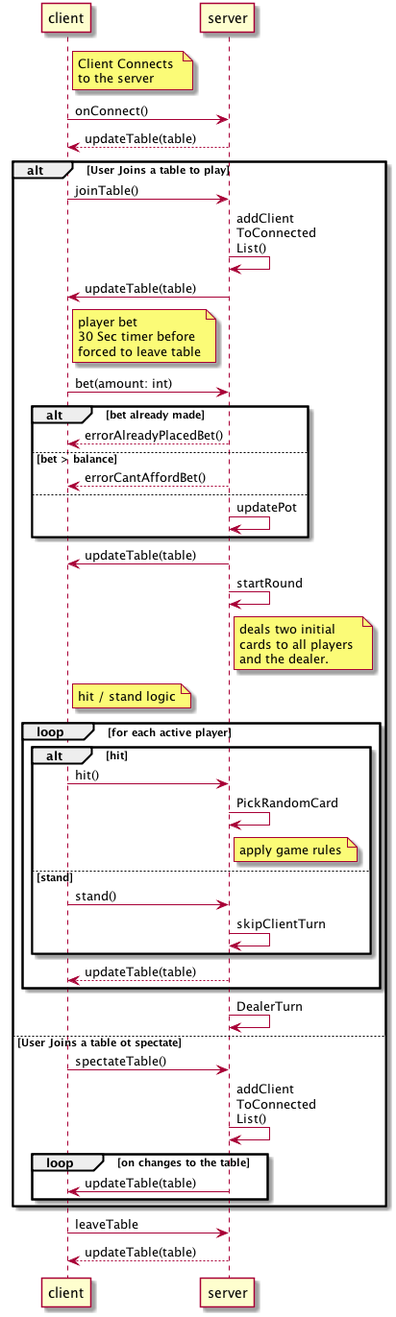
Above: Documentation/sequence.png in icefire1/hazardhulen.io (PlantUML), before the change.
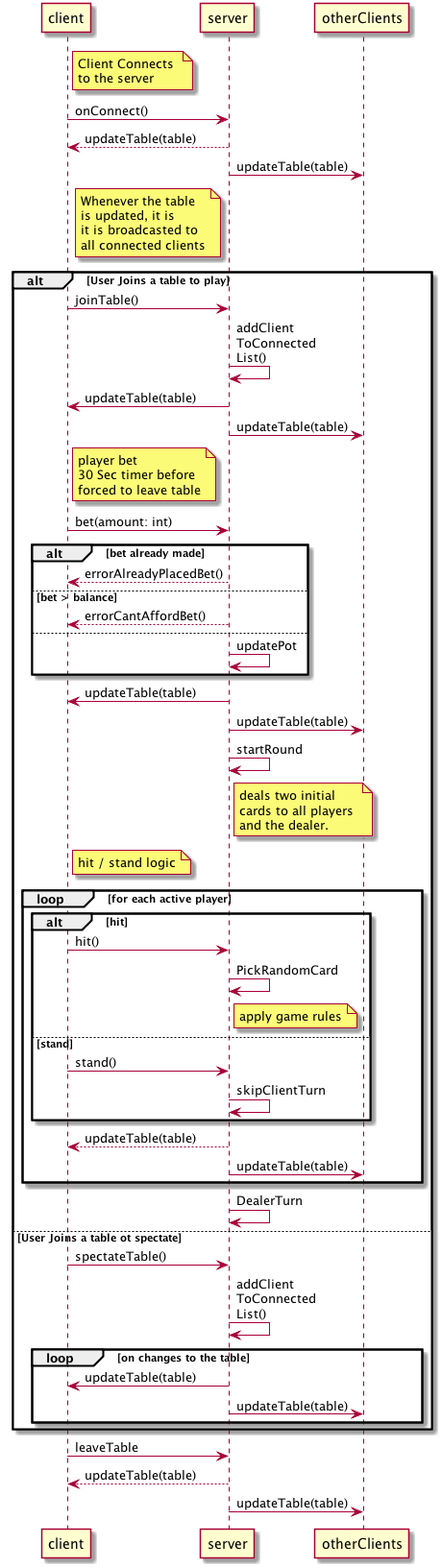
Above is the later version.

What changed in the source:
```diff
@@ -1,15 +1,19 @@
 @startuml
 participant client as c
 participant server as s
+participant otherClients as oc
 
 note right of c: Client Connects \nto the server
 c -> s: onConnect()
 s --> c: updateTable(table)
+s -> oc: updateTable(table)
+note left of s: Whenever the table \nis updated, it is \nit is broadcasted to \nall connected clients
 
 alt User Joins a table to play
 c -> s: joinTable()
 s -> s: addClient\nToConnected\nList()
 s -> c: updateTable(table)
+s -> oc: updateTable(table)
 
 note right of c: player bet\n30 Sec timer before \nforced to leave table
 c -> s: bet(amount: int)
@@ -21,6 +25,8 @@
 s -> s: updatePot
 end
 s -> c: updateTable(table)
+s -> oc: updateTable(table)
+
 
 s -> s: startRound
 note right of s: deals two initial \ncards to all players \nand the dealer.
@@ -36,6 +42,7 @@
 s -> s: skipClientTurn
 end
 s --> c: updateTable(table)
+s -> oc: updateTable(table)
 end
 
 s -> s: DealerTurn
@@ -46,9 +53,11 @@
 
 loop on changes to the table
 s -> c: updateTable(table)
+s -> oc: updateTable(table)
 end
 end
 c -> s: leaveTable
 s --> c: updateTable(table)
+s -> oc: updateTable(table)
 
 @enduml
```
